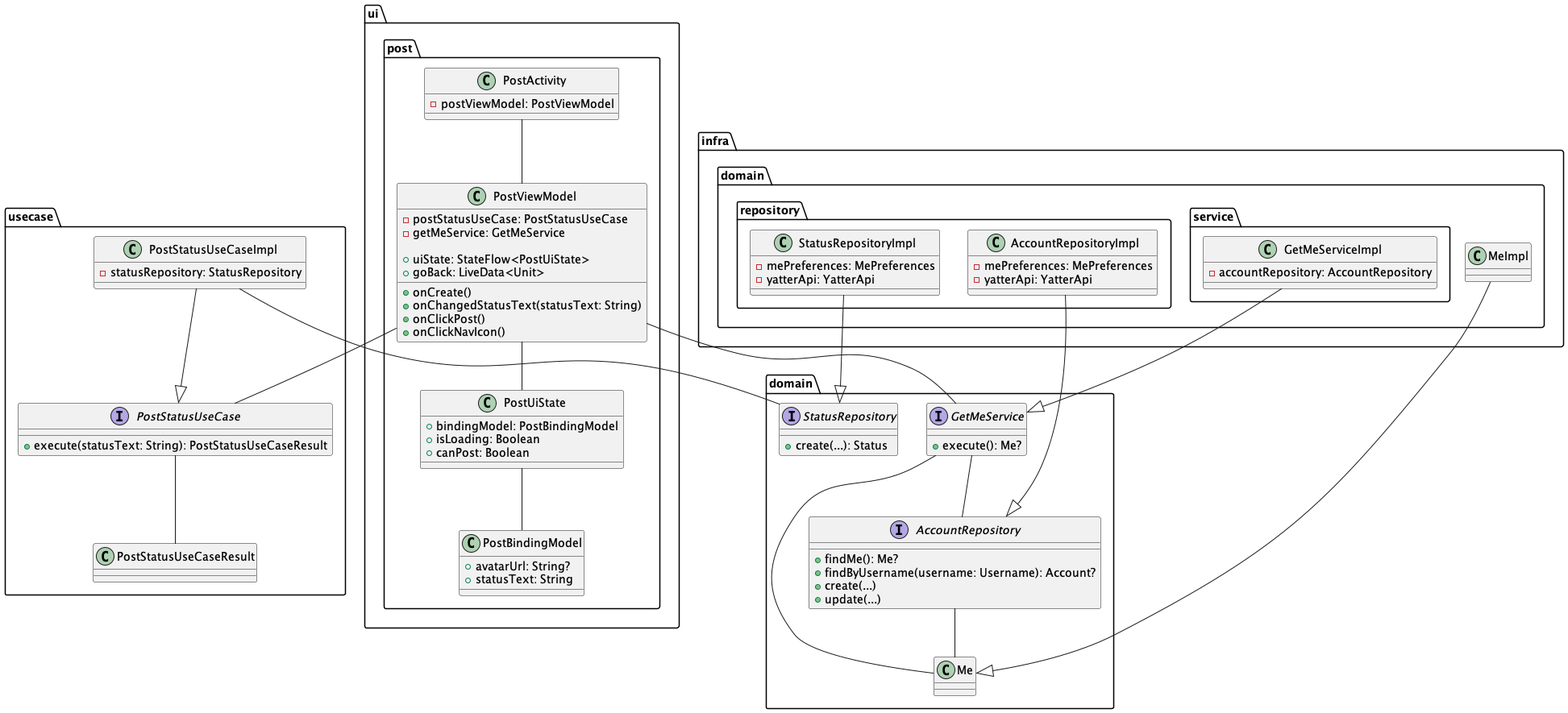
This is Yatter/image/4/post_status_class.png from suzukibelltree/Yatter2025-Internship, a PlantUML export, as it was before one commit.
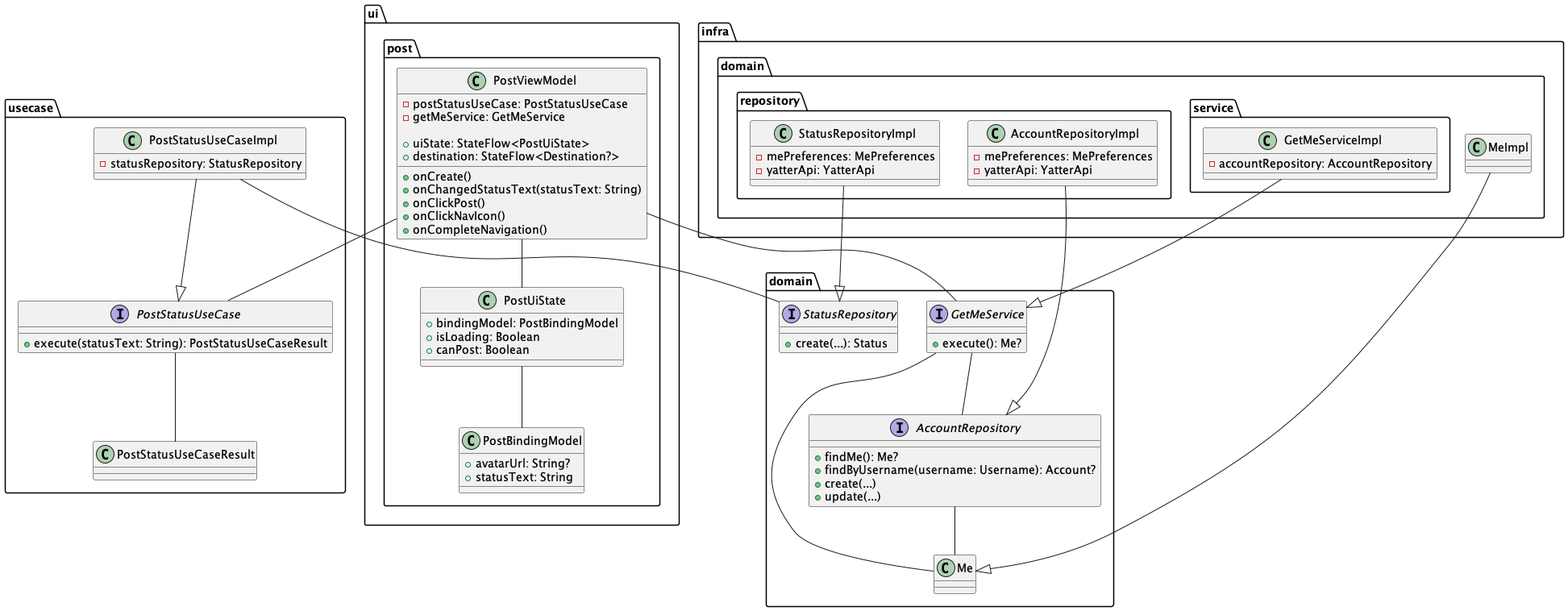
The same file after the commit.

Diff of the diagram source:
```diff
@@ -58,16 +58,13 @@
     - getMeService: GetMeService
 
     + uiState: StateFlow<PostUiState>
-    + goBack: LiveData<Unit>
+    + destination: StateFlow<Destination?>
 
     + onCreate()
     + onChangedStatusText(statusText: String)
     + onClickPost()
     + onClickNavIcon()
-  }
-
-  class PostActivity {
-    - postViewModel: PostViewModel
+    + onCompleteNavigation()
   }
 
   class PostUiState {
@@ -96,7 +93,6 @@
 PostStatusUseCase -- PostStatusUseCaseResult
 PostStatusUseCaseImpl -- StatusRepository
 
-PostActivity -- PostViewModel
 PostViewModel -- PostUiState
 PostUiState -- PostBindingModel
 
```
